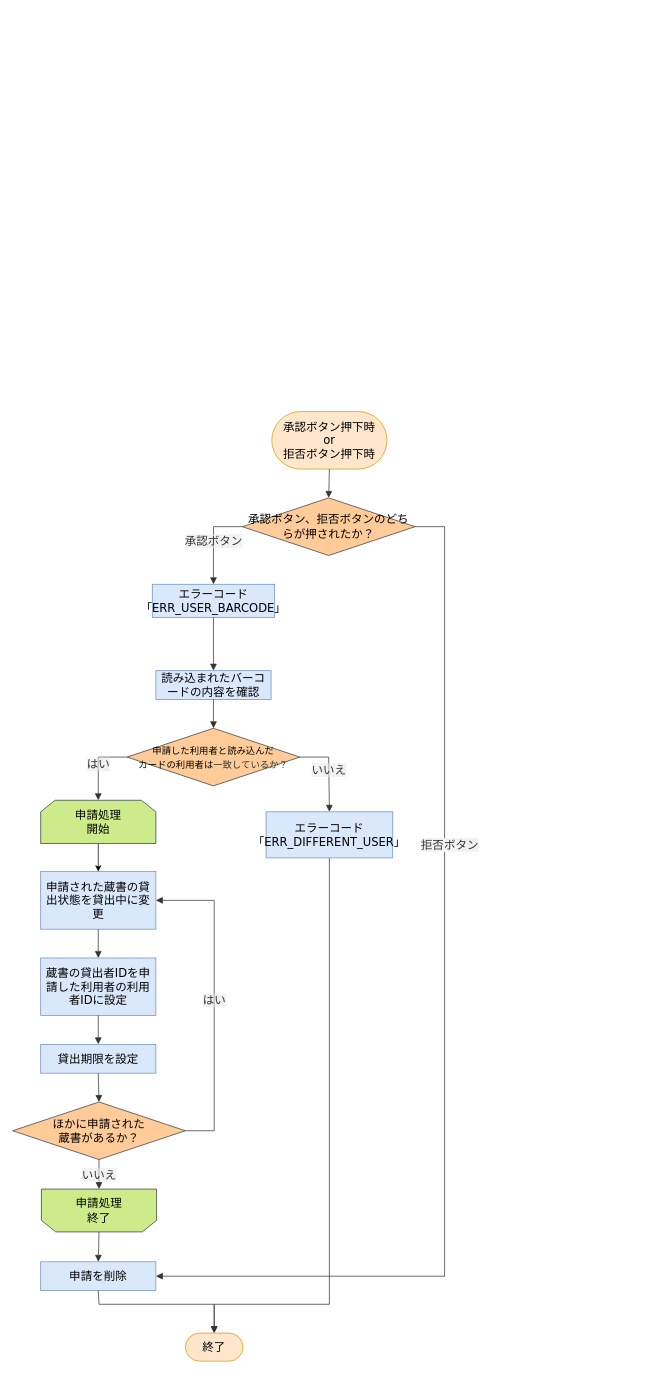
Above: 詳細設計書/7班/flowchart/貸出処理.drawio in rs002421-creator/- (draw.io), before the change. Source tidied: cells renumbered, new cells numbered last; positions are measured from the earlier drawing's top-left corner, leaving out a move shared by most shapes. Both pictures are drawn from the tidied source at 72%, with x=0, y=0 at pixel (12, 411).
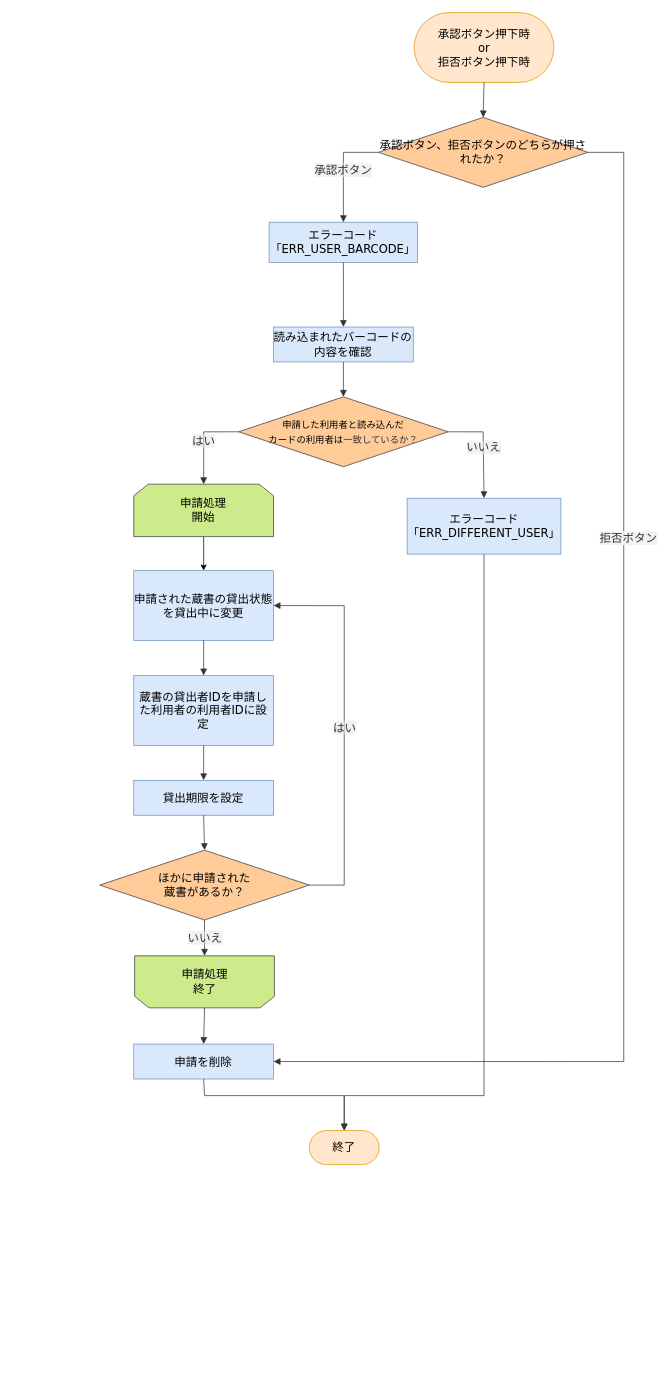
Above is the later version.

Change to the diagram source:
```diff
@@
+    <mxCell id="33" style="group;" parent="1" vertex="1">
+      <mxGeometry x="121" y="-554" width="727.8" height="1600" as="geometry" />
+    </mxCell>
-    <mxCell id="2" value="承認ボタン押下時&lt;br&gt;or&lt;br&gt;拒否ボタン押下時" style="html=1;rounded=1;whiteSpace=wrap;arcSize=50;strokeWidth=1;fontFamily=Trebuchet MS,Verdana,Arial,sans-serif;fontSize=16;fillColor=#ffe6cc;strokeColor=#d79b00;" parent="1" vertex="1">
-      <mxGeometry x="360" width="160" height="80" as="geometry" />
+    <mxCell id="2" value="承認ボタン押下時&lt;br&gt;or&lt;br&gt;拒否ボタン押下時" style="html=1;rounded=1;whiteSpace=wrap;arcSize=50;strokeWidth=1;fontFamily=Trebuchet MS,Verdana,Arial,sans-serif;fontSize=16;fillColor=#ffe6cc;strokeColor=#d79b00;" parent="33" vertex="1">
+      <mxGeometry x="436.7" width="194.1" height="97" as="geometry" />
     </mxCell>
-    <mxCell id="3" value="承認ボタン、拒否ボタンのどちらが押されたか？" style="rhombus;html=1;strokeWidth=1;whiteSpace=wrap;fillColor=#ffcc99;strokeColor=#36393d;fontFamily=Trebuchet MS,Verdana,Arial,sans-serif;fontSize=16;" parent="1" vertex="1">
-      <mxGeometry x="319" y="120" width="240" height="80" as="geometry" />
+    <mxCell id="3" value="承認ボタン、拒否ボタンのどちらが押されたか？" style="rhombus;html=1;strokeWidth=1;whiteSpace=wrap;fillColor=#ffcc99;strokeColor=#36393d;fontFamily=Trebuchet MS,Verdana,Arial,sans-serif;fontSize=16;" parent="33" vertex="1">
+      <mxGeometry x="387" y="145.6" width="291.1" height="97" as="geometry" />
     </mxCell>
-    <mxCell id="4" value="エラーコード「ERR_USER_BARCODE」" style="html=1;whiteSpace=wrap;strokeWidth=1;fillColor=#dae8fc;strokeColor=#6c8ebf;fontFamily=Trebuchet MS,Verdana,Arial,sans-serif;fontSize=16;" parent="1" vertex="1">
-      <mxGeometry x="194" y="240" width="170" height="46" as="geometry" />
+    <mxCell id="4" value="エラーコード「ERR_USER_BARCODE」" style="html=1;whiteSpace=wrap;strokeWidth=1;fillColor=#dae8fc;strokeColor=#6c8ebf;fontFamily=Trebuchet MS,Verdana,Arial,sans-serif;fontSize=16;" parent="33" vertex="1">
+      <mxGeometry x="235.3" y="291.1" width="206.2" height="55.8" as="geometry" />
     </mxCell>
-    <mxCell id="5" value="読み込まれたバーコードの内容を確認" style="html=1;whiteSpace=wrap;strokeWidth=1;fillColor=#dae8fc;strokeColor=#6c8ebf;fontFamily=Trebuchet MS,Verdana,Arial,sans-serif;fontSize=16;" parent="1" vertex="1">
-      <mxGeometry x="199" y="360" width="160" height="40" as="geometry" />
+    <mxCell id="5" value="読み込まれたバーコードの内容を確認" style="html=1;whiteSpace=wrap;strokeWidth=1;fillColor=#dae8fc;strokeColor=#6c8ebf;fontFamily=Trebuchet MS,Verdana,Arial,sans-serif;fontSize=16;" parent="33" vertex="1">
+      <mxGeometry x="241.4" y="436.7" width="194.1" height="48.5" as="geometry" />
     </mxCell>
-    <mxCell id="6" value="&lt;font style=&quot;font-size: 13px;&quot;&gt;申請した利用者と読み込んだ&lt;/font&gt;&lt;div&gt;&lt;font style=&quot;font-size: 13px;&quot;&gt;カードの利用者は&lt;span style=&quot;background-color: transparent; color: light-dark(rgb(51, 51, 51), rgb(204, 204, 204));&quot;&gt;一致しているか？&lt;/span&gt;&lt;/font&gt;&lt;/div&gt;" style="rhombus;html=1;strokeWidth=1;whiteSpace=wrap;fillColor=#ffcc99;strokeColor=#36393d;fontFamily=Trebuchet MS,Verdana,Arial,sans-serif;fontSize=16;" parent="1" vertex="1">
-      <mxGeometry x="159" y="440" width="240" height="80" as="geometry" />
+    <mxCell id="6" value="&lt;font style=&quot;font-size: 13px;&quot;&gt;申請した利用者と読み込んだ&lt;/font&gt;&lt;div&gt;&lt;font style=&quot;font-size: 13px;&quot;&gt;カードの利用者は&lt;span style=&quot;background-color: transparent; color: light-dark(rgb(51, 51, 51), rgb(204, 204, 204));&quot;&gt;一致しているか？&lt;/span&gt;&lt;/font&gt;&lt;/div&gt;" style="rhombus;html=1;strokeWidth=1;whiteSpace=wrap;fillColor=#ffcc99;strokeColor=#36393d;fontFamily=Trebuchet MS,Verdana,Arial,sans-serif;fontSize=16;" parent="33" vertex="1">
+      <mxGeometry x="192.9" y="533.7" width="291.1" height="97" as="geometry" />
     </mxCell>
-    <mxCell id="7" value="申請された蔵書の貸出状態を貸出中に変更" style="html=1;whiteSpace=wrap;strokeWidth=1;fillColor=#dae8fc;strokeColor=#6c8ebf;fontFamily=Trebuchet MS,Verdana,Arial,sans-serif;fontSize=16;" parent="1" vertex="1">
-      <mxGeometry x="39" y="639" width="160" height="80" as="geometry" />
+    <mxCell id="7" value="申請された蔵書の貸出状態を貸出中に変更" style="html=1;whiteSpace=wrap;strokeWidth=1;fillColor=#dae8fc;strokeColor=#6c8ebf;fontFamily=Trebuchet MS,Verdana,Arial,sans-serif;fontSize=16;" parent="33" vertex="1">
+      <mxGeometry x="47.3" y="775.1" width="194.1" height="97" as="geometry" />
     </mxCell>
-    <mxCell id="8" value="蔵書の貸出者IDを申請した利用者の利用者IDに設定" style="html=1;whiteSpace=wrap;strokeWidth=1;fillColor=#dae8fc;strokeColor=#6c8ebf;fontFamily=Trebuchet MS,Verdana,Arial,sans-serif;fontSize=16;" parent="1" vertex="1">
-      <mxGeometry x="39" y="759" width="160" height="80" as="geometry" />
+    <mxCell id="8" value="蔵書の貸出者IDを申請した利用者の利用者IDに設定" style="html=1;whiteSpace=wrap;strokeWidth=1;fillColor=#dae8fc;strokeColor=#6c8ebf;fontFamily=Trebuchet MS,Verdana,Arial,sans-serif;fontSize=16;" parent="33" vertex="1">
+      <mxGeometry x="47.3" y="920.7" width="194.1" height="97" as="geometry" />
     </mxCell>
-    <mxCell id="9" value="貸出期限を設定" style="html=1;whiteSpace=wrap;strokeWidth=1;fillColor=#dae8fc;strokeColor=#6c8ebf;fontFamily=Trebuchet MS,Verdana,Arial,sans-serif;fontSize=16;" parent="1" vertex="1">
-      <mxGeometry x="39" y="879" width="160" height="40" as="geometry" />
+    <mxCell id="9" value="貸出期限を設定" style="html=1;whiteSpace=wrap;strokeWidth=1;fillColor=#dae8fc;strokeColor=#6c8ebf;fontFamily=Trebuchet MS,Verdana,Arial,sans-serif;fontSize=16;" parent="33" vertex="1">
+      <mxGeometry x="47.3" y="1066.3" width="194.1" height="48.5" as="geometry" />
     </mxCell>
-    <mxCell id="10" value="ほかに申請された&lt;div&gt;蔵書があるか？&lt;/div&gt;" style="rhombus;html=1;strokeWidth=1;whiteSpace=wrap;fillColor=#ffcc99;strokeColor=#36393d;fontFamily=Trebuchet MS,Verdana,Arial,sans-serif;fontSize=16;" parent="1" vertex="1">
-      <mxGeometry y="959" width="240" height="80" as="geometry" />
+    <mxCell id="10" value="ほかに申請された&lt;div&gt;蔵書があるか？&lt;/div&gt;" style="rhombus;html=1;strokeWidth=1;whiteSpace=wrap;fillColor=#ffcc99;strokeColor=#36393d;fontFamily=Trebuchet MS,Verdana,Arial,sans-serif;fontSize=16;" parent="33" vertex="1">
+      <mxGeometry y="1163.3" width="291.1" height="97" as="geometry" />
     </mxCell>
-    <mxCell id="11" value="申請を削除" style="html=1;whiteSpace=wrap;strokeWidth=1;fillColor=#dae8fc;strokeColor=#6c8ebf;fontFamily=Trebuchet MS,Verdana,Arial,sans-serif;fontSize=16;" parent="1" vertex="1">
-      <mxGeometry x="39" y="1181" width="160" height="40" as="geometry" />
+    <mxCell id="11" value="申請を削除" style="html=1;whiteSpace=wrap;strokeWidth=1;fillColor=#dae8fc;strokeColor=#6c8ebf;fontFamily=Trebuchet MS,Verdana,Arial,sans-serif;fontSize=16;" parent="33" vertex="1">
+      <mxGeometry x="47.3" y="1432.6" width="194.1" height="48.5" as="geometry" />
     </mxCell>
-    <mxCell id="12" value="終了" style="html=1;rounded=1;whiteSpace=wrap;arcSize=50;strokeWidth=1;fontFamily=Trebuchet MS,Verdana,Arial,sans-serif;fontSize=16;fillColor=#ffe6cc;strokeColor=#d79b00;" parent="1" vertex="1">
-      <mxGeometry x="240" y="1280" width="80" height="39" as="geometry" />
+    <mxCell id="12" value="終了" style="html=1;rounded=1;whiteSpace=wrap;arcSize=50;strokeWidth=1;fontFamily=Trebuchet MS,Verdana,Arial,sans-serif;fontSize=16;fillColor=#ffe6cc;strokeColor=#d79b00;" parent="33" vertex="1">
+      <mxGeometry x="291.1" y="1552.7" width="97" height="47.3" as="geometry" />
     </mxCell>
-    <mxCell id="13" style="curved=0;startArrow=none;endArrow=block;endSize=7;strokeColor=light-dark(#333333,#cccccc);exitX=0.5;exitY=1;entryX=0.5;entryY=0;rounded=0;" parent="1" edge="1" source="2" target="3">
+    <mxCell id="13" style="curved=0;startArrow=none;endArrow=block;endSize=7;strokeColor=light-dark(#333333,#cccccc);exitX=0.5;exitY=1;entryX=0.5;entryY=0;rounded=0;" parent="33" edge="1" source="2" target="3">
       <mxGeometry relative="1" as="geometry" />
     </mxCell>
-    <mxCell id="14" value="承認ボタン" style="curved=0;startArrow=none;endArrow=block;endSize=7;strokeColor=light-dark(#333333,#cccccc);html=1;fontSize=16;labelBackgroundColor=light-dark(#E8E8E88D,#2a2a2a8D);fontFamily=Trebuchet MS,Verdana,Arial,sans-serif;fontColor=light-dark(#333333,#cccccc);entryX=0.5;entryY=0;rounded=0;exitX=0;exitY=0.5;exitDx=0;exitDy=0;" parent="1" edge="1" source="3" target="4">
+    <mxCell id="14" value="承認ボタン" style="curved=0;startArrow=none;endArrow=block;endSize=7;strokeColor=light-dark(#333333,#cccccc);html=1;fontSize=16;labelBackgroundColor=light-dark(#E8E8E88D,#2a2a2a8D);fontFamily=Trebuchet MS,Verdana,Arial,sans-serif;fontColor=light-dark(#333333,#cccccc);entryX=0.5;entryY=0;rounded=0;exitX=0;exitY=0.5;exitDx=0;exitDy=0;" parent="33" edge="1" source="3" target="4">
       <mxGeometry relative="1" as="geometry">
         <Array as="points">
-          <mxPoint x="279" y="160" />
+          <mxPoint x="338.4" y="194.1" />
         </Array>
       </mxGeometry>
     </mxCell>
-    <mxCell id="15" style="curved=0;startArrow=none;endArrow=block;endSize=7;strokeColor=light-dark(#333333,#cccccc);exitX=0.5;exitY=1;entryX=0.5;entryY=0;rounded=0;" parent="1" edge="1" source="4" target="5">
+    <mxCell id="15" style="curved=0;startArrow=none;endArrow=block;endSize=7;strokeColor=light-dark(#333333,#cccccc);exitX=0.5;exitY=1;entryX=0.5;entryY=0;rounded=0;" parent="33" edge="1" source="4" target="5">
       <mxGeometry relative="1" as="geometry" />
     </mxCell>
-    <mxCell id="16" style="curved=0;startArrow=none;endArrow=block;endSize=7;strokeColor=light-dark(#333333,#cccccc);exitX=0.5;exitY=1;entryX=0.5;entryY=0;rounded=0;" parent="1" edge="1" source="5" target="6">
+    <mxCell id="16" style="curved=0;startArrow=none;endArrow=block;endSize=7;strokeColor=light-dark(#333333,#cccccc);exitX=0.5;exitY=1;entryX=0.5;entryY=0;rounded=0;" parent="33" edge="1" source="5" target="6">
       <mxGeometry relative="1" as="geometry" />
     </mxCell>
-    <mxCell id="17" value="はい" style="curved=0;startArrow=none;endArrow=block;endSize=7;strokeColor=light-dark(#333333,#cccccc);html=1;fontSize=16;labelBackgroundColor=light-dark(#E8E8E88D,#2a2a2a8D);fontFamily=Trebuchet MS,Verdana,Arial,sans-serif;fontColor=light-dark(#333333,#cccccc);exitX=0;exitY=0.5;entryX=0.5;entryY=0;rounded=0;exitDx=0;exitDy=0;entryDx=0;entryDy=0;" parent="1" edge="1" source="6" target="30">
+    <mxCell id="17" value="はい" style="curved=0;startArrow=none;endArrow=block;endSize=7;strokeColor=light-dark(#333333,#cccccc);html=1;fontSize=16;labelBackgroundColor=light-dark(#E8E8E88D,#2a2a2a8D);fontFamily=Trebuchet MS,Verdana,Arial,sans-serif;fontColor=light-dark(#333333,#cccccc);exitX=0;exitY=0.5;entryX=0.5;entryY=0;rounded=0;exitDx=0;exitDy=0;entryDx=0;entryDy=0;" parent="33" edge="1" source="6" target="30">
       <mxGeometry relative="1" as="geometry">
         <Array as="points">
-          <mxPoint x="119" y="480" />
+          <mxPoint x="144.4" y="582.3" />
         </Array>
       </mxGeometry>
     </mxCell>
-    <mxCell id="18" value="いいえ" style="curved=0;startArrow=none;endArrow=block;endSize=7;strokeColor=light-dark(#333333,#cccccc);html=1;fontSize=16;labelBackgroundColor=light-dark(#E8E8E88D,#2a2a2a8D);fontFamily=Trebuchet MS,Verdana,Arial,sans-serif;fontColor=light-dark(#333333,#cccccc);exitX=1;exitY=0.5;entryX=0.5;entryY=0;rounded=0;exitDx=0;exitDy=0;" parent="1" edge="1" source="6" target="28">
+    <mxCell id="18" value="いいえ" style="curved=0;startArrow=none;endArrow=block;endSize=7;strokeColor=light-dark(#333333,#cccccc);html=1;fontSize=16;labelBackgroundColor=light-dark(#E8E8E88D,#2a2a2a8D);fontFamily=Trebuchet MS,Verdana,Arial,sans-serif;fontColor=light-dark(#333333,#cccccc);exitX=1;exitY=0.5;entryX=0.5;entryY=0;rounded=0;exitDx=0;exitDy=0;" parent="33" edge="1" source="6" target="28">
       <mxGeometry relative="1" as="geometry">
         <Array as="points">
-          <mxPoint x="439" y="480" />
+          <mxPoint x="532.5" y="582.3" />
         </Array>
       </mxGeometry>
     </mxCell>
-    <mxCell id="19" style="curved=0;startArrow=none;endArrow=block;endSize=7;strokeColor=light-dark(#333333,#cccccc);exitX=0.5;exitY=1;entryX=0.5;entryY=0;rounded=0;exitDx=0;exitDy=0;" parent="1" edge="1" source="7" target="8">
+    <mxCell id="19" style="curved=0;startArrow=none;endArrow=block;endSize=7;strokeColor=light-dark(#333333,#cccccc);exitX=0.5;exitY=1;entryX=0.5;entryY=0;rounded=0;exitDx=0;exitDy=0;" parent="33" edge="1" source="7" target="8">
       <mxGeometry relative="1" as="geometry" />
     </mxCell>
-    <mxCell id="20" style="curved=0;startArrow=none;endArrow=block;endSize=7;strokeColor=light-dark(#333333,#cccccc);exitX=0.5;exitY=1;entryX=0.5;entryY=0;rounded=0;" parent="1" edge="1" source="8" target="9">
+    <mxCell id="20" style="curved=0;startArrow=none;endArrow=block;endSize=7;strokeColor=light-dark(#333333,#cccccc);exitX=0.5;exitY=1;entryX=0.5;entryY=0;rounded=0;" parent="33" edge="1" source="8" target="9">
       <mxGeometry relative="1" as="geometry" />
     </mxCell>
-    <mxCell id="21" style="curved=0;startArrow=none;endArrow=block;endSize=7;strokeColor=light-dark(#333333,#cccccc);exitX=0.5;exitY=1;rounded=0;entryX=0.5;entryY=0;entryDx=0;entryDy=0;" parent="1" edge="1" source="9" target="10">
+    <mxCell id="21" style="curved=0;startArrow=none;endArrow=block;endSize=7;strokeColor=light-dark(#333333,#cccccc);exitX=0.5;exitY=1;rounded=0;entryX=0.5;entryY=0;entryDx=0;entryDy=0;" parent="33" edge="1" source="9" target="10">
       <mxGeometry relative="1" as="geometry" />
     </mxCell>
-    <mxCell id="22" value="はい" style="curved=0;startArrow=none;endArrow=block;endSize=7;strokeColor=light-dark(#333333,#cccccc);html=1;fontSize=16;labelBackgroundColor=light-dark(#E8E8E88D,#2a2a2a8D);fontFamily=Trebuchet MS,Verdana,Arial,sans-serif;fontColor=light-dark(#333333,#cccccc);exitX=1;exitY=0.5;entryX=1;entryY=0.5;rounded=0;exitDx=0;exitDy=0;entryDx=0;entryDy=0;" parent="1" edge="1" source="10" target="7">
+    <mxCell id="22" value="はい" style="curved=0;startArrow=none;endArrow=block;endSize=7;strokeColor=light-dark(#333333,#cccccc);html=1;fontSize=16;labelBackgroundColor=light-dark(#E8E8E88D,#2a2a2a8D);fontFamily=Trebuchet MS,Verdana,Arial,sans-serif;fontColor=light-dark(#333333,#cccccc);exitX=1;exitY=0.5;entryX=1;entryY=0.5;rounded=0;exitDx=0;exitDy=0;entryDx=0;entryDy=0;" parent="33" edge="1" source="10" target="7">
       <mxGeometry relative="1" as="geometry">
         <Array as="points">
-          <mxPoint x="280" y="999" />
-          <mxPoint x="280" y="679" />
+          <mxPoint x="339.6" y="1211.8" />
+          <mxPoint x="339.6" y="823.7" />
         </Array>
       </mxGeometry>
     </mxCell>
-    <mxCell id="23" value="いいえ" style="curved=0;startArrow=none;endArrow=block;endSize=7;strokeColor=light-dark(#333333,#cccccc);html=1;fontSize=16;labelBackgroundColor=light-dark(#E8E8E88D,#2a2a2a8D);fontFamily=Trebuchet MS,Verdana,Arial,sans-serif;fontColor=light-dark(#333333,#cccccc);exitX=0.5;exitY=1;rounded=0;exitDx=0;exitDy=0;" parent="1" edge="1" source="10" target="31">
+    <mxCell id="23" value="いいえ" style="curved=0;startArrow=none;endArrow=block;endSize=7;strokeColor=light-dark(#333333,#cccccc);html=1;fontSize=16;labelBackgroundColor=light-dark(#E8E8E88D,#2a2a2a8D);fontFamily=Trebuchet MS,Verdana,Arial,sans-serif;fontColor=light-dark(#333333,#cccccc);exitX=0.5;exitY=1;rounded=0;exitDx=0;exitDy=0;" parent="33" edge="1" source="10" target="31">
       <mxGeometry relative="1" as="geometry" />
     </mxCell>
-    <mxCell id="24" style="curved=0;startArrow=none;endArrow=block;endSize=7;strokeColor=light-dark(#333333,#cccccc);exitX=0.5;exitY=1;entryX=0.5;entryY=0;rounded=0;entryDx=0;entryDy=0;" parent="1" edge="1" source="11" target="12">
+    <mxCell id="24" style="curved=0;startArrow=none;endArrow=block;endSize=7;strokeColor=light-dark(#333333,#cccccc);exitX=0.5;exitY=1;entryX=0.5;entryY=0;rounded=0;entryDx=0;entryDy=0;" parent="33" edge="1" source="11" target="12">
       <mxGeometry relative="1" as="geometry">
         <Array as="points">
-          <mxPoint x="120" y="1240" />
-          <mxPoint x="280" y="1240" />
+          <mxPoint x="145.6" y="1504.2" />
+          <mxPoint x="339.6" y="1504.2" />
         </Array>
       </mxGeometry>
     </mxCell>
-    <mxCell id="25" style="curved=0;startArrow=none;endArrow=block;endSize=7;strokeColor=light-dark(#333333,#cccccc);exitX=0.5;exitY=1;entryX=0.5;entryY=0;rounded=0;entryDx=0;entryDy=0;" parent="1" edge="1" source="28" target="12">
+    <mxCell id="25" style="curved=0;startArrow=none;endArrow=block;endSize=7;strokeColor=light-dark(#333333,#cccccc);exitX=0.5;exitY=1;entryX=0.5;entryY=0;rounded=0;entryDx=0;entryDy=0;" parent="33" edge="1" source="28" target="12">
       <mxGeometry relative="1" as="geometry">
         <Array as="points">
-          <mxPoint x="440" y="1240" />
-          <mxPoint x="280" y="1240" />
+          <mxPoint x="533.7" y="1504.2" />
+          <mxPoint x="339.6" y="1504.2" />
         </Array>
       </mxGeometry>
     </mxCell>
-    <mxCell id="26" style="curved=0;startArrow=none;endArrow=block;endSize=7;strokeColor=light-dark(#333333,#cccccc);html=1;fontSize=16;labelBackgroundColor=light-dark(#E8E8E88D,#2a2a2a8D);fontFamily=Trebuchet MS,Verdana,Arial,sans-serif;fontColor=light-dark(#333333,#cccccc);exitX=1;exitY=0.5;entryX=1;entryY=0.5;rounded=0;exitDx=0;exitDy=0;entryDx=0;entryDy=0;" parent="1" edge="1" source="3" target="11">
+    <mxCell id="26" style="curved=0;startArrow=none;endArrow=block;endSize=7;strokeColor=light-dark(#333333,#cccccc);html=1;fontSize=16;labelBackgroundColor=light-dark(#E8E8E88D,#2a2a2a8D);fontFamily=Trebuchet MS,Verdana,Arial,sans-serif;fontColor=light-dark(#333333,#cccccc);exitX=1;exitY=0.5;entryX=1;entryY=0.5;rounded=0;exitDx=0;exitDy=0;entryDx=0;entryDy=0;" parent="33" edge="1" source="3" target="11">
       <mxGeometry relative="1" as="geometry">
         <Array as="points">
-          <mxPoint x="600" y="160" />
-          <mxPoint x="600" y="1201" />
+          <mxPoint x="727.8" y="194.1" />
+          <mxPoint x="727.8" y="1456.9" />
         </Array>
       </mxGeometry>
     </mxCell>
@@
-    <mxCell id="28" value="エラーコード「ERR_DIFFERENT_USER」" style="html=1;whiteSpace=wrap;strokeWidth=1;fillColor=#dae8fc;strokeColor=#6c8ebf;fontFamily=Trebuchet MS,Verdana,Arial,sans-serif;fontSize=16;" parent="1" vertex="1">
-      <mxGeometry x="352" y="556" width="176" height="64" as="geometry" />
+    <mxCell id="28" value="エラーコード「ERR_DIFFERENT_USER」" style="html=1;whiteSpace=wrap;strokeWidth=1;fillColor=#dae8fc;strokeColor=#6c8ebf;fontFamily=Trebuchet MS,Verdana,Arial,sans-serif;fontSize=16;" parent="33" vertex="1">
+      <mxGeometry x="427" y="674.5" width="213.5" height="77.6" as="geometry" />
     </mxCell>
-    <mxCell id="29" style="edgeStyle=orthogonalEdgeStyle;rounded=0;jettySize=auto;html=1;exitX=0.5;exitY=1;exitDx=0;exitDy=0;entryX=0.5;entryY=0;entryDx=0;entryDy=0;" parent="1" edge="1" source="30" target="7">
+    <mxCell id="29" style="edgeStyle=orthogonalEdgeStyle;rounded=0;jettySize=auto;html=1;exitX=0.5;exitY=1;exitDx=0;exitDy=0;entryX=0.5;entryY=0;entryDx=0;entryDy=0;" parent="33" edge="1" source="30" target="7">
       <mxGeometry relative="1" as="geometry" />
     </mxCell>
-    <mxCell id="30" value="申請処理&lt;div&gt;開始&lt;/div&gt;" style="shape=loopLimit;whiteSpace=wrap;html=1;fillColor=#cdeb8b;fontSize=16;strokeColor=#36393d;" parent="1" vertex="1">
-      <mxGeometry x="39" y="540" width="160" height="60" as="geometry" />
+    <mxCell id="30" value="申請処理&lt;div&gt;開始&lt;/div&gt;" style="shape=loopLimit;whiteSpace=wrap;html=1;fillColor=#cdeb8b;fontSize=16;strokeColor=#36393d;" parent="33" vertex="1">
+      <mxGeometry x="47.3" y="655" width="194.1" height="72.8" as="geometry" />
     </mxCell>
-    <mxCell id="31" value="&lt;font style=&quot;font-size: 16px;&quot;&gt;申請処理&lt;br&gt;&lt;/font&gt;&lt;div&gt;&lt;font face=&quot;Trebuchet MS, Verdana, Arial, sans-serif&quot; style=&quot;font-size: 16px; color: rgb(0, 0, 0);&quot;&gt;終了&lt;/font&gt;&lt;/div&gt;" style="shape=loopLimit;whiteSpace=wrap;html=1;fillColor=#cdeb8b;strokeColor=#36393d;direction=west;" parent="1" vertex="1">
-      <mxGeometry x="40" y="1080" width="160" height="59.5" as="geometry" />
+    <mxCell id="31" value="&lt;font style=&quot;font-size: 16px;&quot;&gt;申請処理&lt;br&gt;&lt;/font&gt;&lt;div&gt;&lt;font face=&quot;Trebuchet MS, Verdana, Arial, sans-serif&quot; style=&quot;font-size: 16px; color: rgb(0, 0, 0);&quot;&gt;終了&lt;/font&gt;&lt;/div&gt;" style="shape=loopLimit;whiteSpace=wrap;html=1;fillColor=#cdeb8b;strokeColor=#36393d;direction=west;" parent="33" vertex="1">
+      <mxGeometry x="48.5" y="1310.1" width="194.1" height="72.2" as="geometry" />
     </mxCell>
-    <mxCell id="32" style="curved=0;startArrow=none;endArrow=block;endSize=7;strokeColor=light-dark(#333333,#cccccc);exitX=0.5;exitY=0;rounded=0;entryX=0.5;entryY=0;entryDx=0;entryDy=0;exitDx=0;exitDy=0;" parent="1" edge="1" source="31" target="11">
+    <mxCell id="32" style="curved=0;startArrow=none;endArrow=block;endSize=7;strokeColor=light-dark(#333333,#cccccc);exitX=0.5;exitY=0;rounded=0;entryX=0.5;entryY=0;entryDx=0;entryDy=0;exitDx=0;exitDy=0;" parent="33" edge="1" source="31" target="11">
       <mxGeometry relative="1" as="geometry" />
     </mxCell>
```
